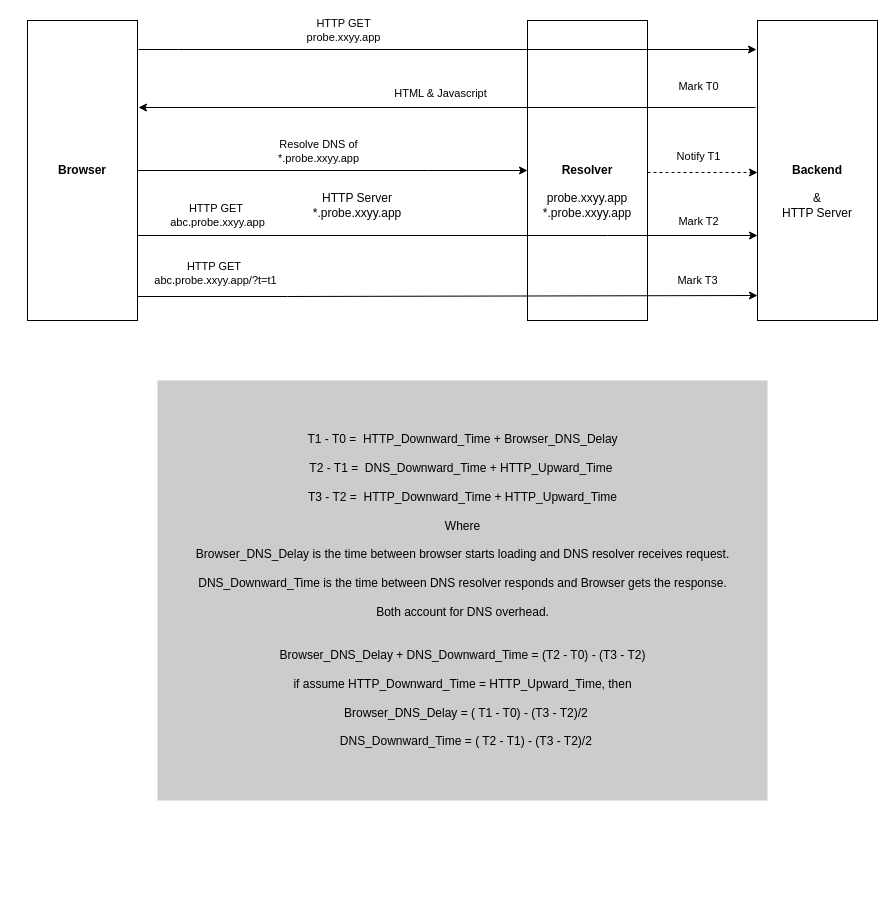
zaczh/dns_probe keeps this draw.io diagram as dns_probe.drawio. Above is the earlier version. Source tidied: cells renumbered, new cells numbered last; positions are measured from the earlier drawing's top-left corner, leaving out a move shared by most shapes. Both pictures are drawn from the tidied source at 100%, with x=0, y=0 at pixel (27, 20).
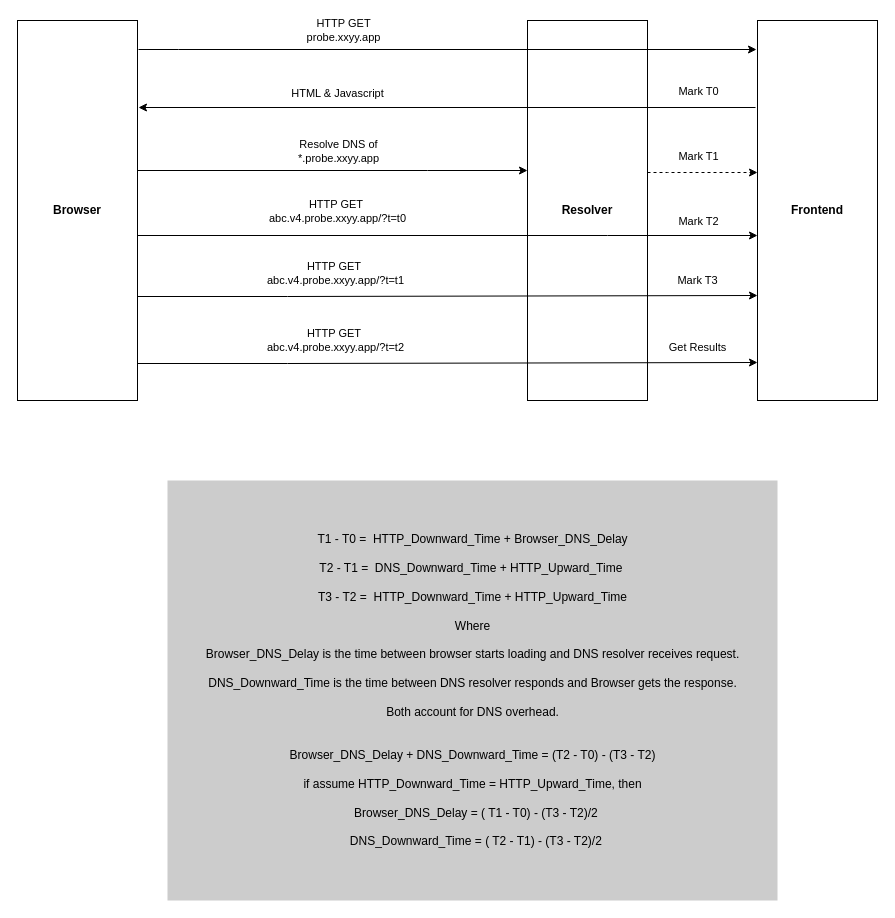
The same diagram, later.

Commit message:
correct the error of the scheme picture

The change refers to these unchanged cells:
```xml
<mxCell id="3" style="edgeStyle=orthogonalEdgeStyle;rounded=0;orthogonalLoop=1;jettySize=auto;html=1;entryX=0;entryY=0.75;entryDx=0;entryDy=0;dashed=1;" parent="1" edge="1">
  <mxGeometry relative="1" as="geometry">
    <mxPoint x="620" y="152" as="sourcePoint" />
    <mxPoint x="730" y="152" as="targetPoint" />
    <Array as="points">
      <mxPoint x="640" y="152" />
      <mxPoint x="640" y="152" />
    </Array>
  </mxGeometry>
</mxCell>
<mxCell id="7" style="edgeStyle=orthogonalEdgeStyle;rounded=0;orthogonalLoop=1;jettySize=auto;html=1;" parent="1" edge="1">
  <mxGeometry relative="1" as="geometry">
    <mxPoint x="110" y="215" as="sourcePoint" />
    <mxPoint x="730" y="215" as="targetPoint" />
    <Array as="points">
      <mxPoint x="580" y="215" />
      <mxPoint x="580" y="215" />
    </Array>
  </mxGeometry>
</mxCell>
<mxCell id="14" style="edgeStyle=orthogonalEdgeStyle;rounded=0;orthogonalLoop=1;jettySize=auto;html=1;" parent="1" edge="1">
  <mxGeometry relative="1" as="geometry">
    <mxPoint x="110" y="150" as="sourcePoint" />
    <mxPoint x="500" y="150" as="targetPoint" />
    <Array as="points">
      <mxPoint x="400" y="150" />
      <mxPoint x="400" y="150" />
    </Array>
  </mxGeometry>
</mxCell>
<mxCell id="21" style="edgeStyle=orthogonalEdgeStyle;rounded=0;orthogonalLoop=1;jettySize=auto;html=1;" parent="1" edge="1">
  <mxGeometry relative="1" as="geometry">
    <mxPoint x="728" y="87" as="sourcePoint" />
    <mxPoint x="111" y="87" as="targetPoint" />
    <Array as="points">
      <mxPoint x="110" y="87" />
    </Array>
  </mxGeometry>
</mxCell>
```

Change to the diagram source:
```diff
@@
     <mxCell id="2" value="&lt;h4&gt;Browser&lt;/h4&gt;" style="rounded=0;whiteSpace=wrap;html=1;" parent="1" vertex="1">
-      <mxGeometry width="110" height="300" as="geometry" />
+      <mxGeometry x="-10" width="120" height="380" as="geometry" />
     </mxCell>
@@
-    <mxCell id="4" value="Notify T1" style="edgeLabel;html=1;align=center;verticalAlign=middle;" parent="3" vertex="1">
+    <mxCell id="4" value="Mark T1" style="edgeLabel;html=1;align=center;verticalAlign=middle;" parent="3" vertex="1">
       <mxGeometry x="-0.09" y="1" relative="1" as="geometry">
         <mxPoint y="-16" as="offset" />
       </mxGeometry>
     </mxCell>
     <mxCell id="5" value="&lt;h4&gt;Resolver&lt;/h4&gt;" style="rounded=0;whiteSpace=wrap;html=1;" parent="1" vertex="1">
-      <mxGeometry x="500" width="120" height="300" as="geometry" />
+      <mxGeometry x="500" width="120" height="380" as="geometry" />
     </mxCell>
-    <mxCell id="6" value="&lt;h4&gt;Backend&lt;/h4&gt;" style="rounded=0;whiteSpace=wrap;html=1;" parent="1" vertex="1">
-      <mxGeometry x="730" width="120" height="300" as="geometry" />
+    <mxCell id="6" value="&lt;h4&gt;Frontend&lt;/h4&gt;" style="rounded=0;whiteSpace=wrap;html=1;" parent="1" vertex="1">
+      <mxGeometry x="730" width="120" height="380" as="geometry" />
     </mxCell>
@@
-    <mxCell id="8" value="HTTP GET&amp;nbsp;&lt;br&gt;abc.probe.xxyy.app" style="edgeLabel;html=1;align=center;verticalAlign=middle;" parent="7" vertex="1">
+    <mxCell id="8" value="HTTP GET&amp;nbsp;&lt;br&gt;abc.v4.probe.xxyy.app/?t=t0" style="edgeLabel;html=1;align=center;verticalAlign=middle;" parent="7" vertex="1">
       <mxGeometry x="-0.61" y="1" relative="1" as="geometry">
-        <mxPoint x="-42" y="-20" as="offset" />
+        <mxPoint x="78" y="-24" as="offset" />
       </mxGeometry>
     </mxCell>
@@
-    <mxCell id="10" value="probe.xxyy.app&lt;br style=&quot;border-color: var(--border-color);&quot;&gt;*.probe.xxyy.app" style="text;strokeColor=none;align=center;fillColor=none;html=1;verticalAlign=middle;whiteSpace=wrap;rounded=0;" parent="1" vertex="1">
-      <mxGeometry x="530" y="170" width="60" height="30" as="geometry" />
-    </mxCell>
     <mxCell id="11" value="T1 - T0 = &amp;nbsp;HTTP_Downward_Time +&amp;nbsp;Browser_DNS_Delay&lt;br&gt;&lt;br&gt;T2 - T1 = &amp;nbsp;DNS_Downward_Time +&amp;nbsp;HTTP_Upward_Time&amp;nbsp;&lt;br&gt;&amp;nbsp;&lt;br&gt;T3 - T2 = &amp;nbsp;HTTP_Downward_Time&amp;nbsp;+&amp;nbsp;HTTP_Upward_Time&lt;br&gt;&lt;br&gt;Where&lt;br&gt;&lt;br&gt;Browser_DNS_Delay is the time between browser starts loading and DNS resolver receives request.&lt;br&gt;&lt;br&gt;DNS_Downward_Time is the time between DNS resolver responds and Browser gets the response.&lt;br&gt;&lt;br&gt;Both account for DNS overhead.&lt;br&gt;&lt;br&gt;&lt;br&gt;Browser_DNS_Delay +&amp;nbsp;DNS_Downward_Time = (T2 - T0) - (T3 - T2)&lt;br&gt;&lt;br&gt;if assume&amp;nbsp;HTTP_Downward_Time =&amp;nbsp;HTTP_Upward_Time, then&lt;br&gt;&lt;br&gt;&amp;nbsp;&amp;nbsp;Browser_DNS_Delay = ( T1 - T0) - (T3 - T2)/2&lt;br&gt;&lt;br&gt;&amp;nbsp;&amp;nbsp;DNS_Downward_Time&amp;nbsp;= ( T2 - T1) - (T3 - T2)/2" style="text;strokeColor=none;align=center;fillColor=#CCCCCC;html=1;verticalAlign=middle;rounded=0;labelBackgroundColor=none;fillStyle=auto;" parent="1" vertex="1">
-      <mxGeometry x="130" y="360" width="610" height="420" as="geometry" />
+      <mxGeometry x="140" y="460" width="610" height="420" as="geometry" />
     </mxCell>
-    <mxCell id="12" value="&amp;amp;&lt;br&gt;HTTP Server" style="text;strokeColor=none;align=center;fillColor=none;html=1;verticalAlign=middle;whiteSpace=wrap;rounded=0;" parent="1" vertex="1">
-      <mxGeometry x="745" y="170" width="90" height="30" as="geometry" />
-    </mxCell>
-    <mxCell id="13" value="HTTP Server&lt;br style=&quot;border-color: var(--border-color);&quot;&gt;*.probe.xxyy.app" style="text;strokeColor=none;align=center;fillColor=none;html=1;verticalAlign=middle;whiteSpace=wrap;rounded=0;" parent="1" vertex="1">
-      <mxGeometry x="300" y="170" width="60" height="30" as="geometry" />
-    </mxCell>
@@
     <mxCell id="15" value="Resolve DNS of&lt;br&gt;*.probe.xxyy.app" style="edgeLabel;html=1;align=center;verticalAlign=middle;" parent="14" vertex="1">
       <mxGeometry x="-0.5" y="2" relative="1" as="geometry">
-        <mxPoint x="82" y="-18" as="offset" />
+        <mxPoint x="102" y="-18" as="offset" />
       </mxGeometry>
     </mxCell>
@@
-    <mxCell id="17" value="HTTP GET&amp;nbsp;&lt;br&gt;abc.probe.xxyy.app/?t=t1" style="edgeLabel;html=1;align=center;verticalAlign=middle;" parent="1" vertex="1">
-      <mxGeometry x="190" y="213" as="geometry">
+    <mxCell id="17" value="HTTP GET&amp;nbsp;&lt;br&gt;abc.v4.probe.xxyy.app/?t=t1" style="edgeLabel;html=1;align=center;verticalAlign=middle;" parent="1" vertex="1">
+      <mxGeometry x="310" y="213" as="geometry">
         <mxPoint x="-3" y="39" as="offset" />
       </mxGeometry>
     </mxCell>
@@
     <mxCell id="22" value="HTML &amp;amp; Javascript" style="edgeLabel;html=1;align=center;verticalAlign=middle;" parent="21" vertex="1">
       <mxGeometry x="-0.13" y="-1" relative="1" as="geometry">
-        <mxPoint x="-48" y="-14" as="offset" />
+        <mxPoint x="-151" y="-14" as="offset" />
       </mxGeometry>
     </mxCell>
+    <mxCell id="24" style="edgeStyle=orthogonalEdgeStyle;rounded=0;orthogonalLoop=1;jettySize=auto;html=1;" parent="1" edge="1">
+      <mxGeometry relative="1" as="geometry">
+        <mxPoint x="110" y="343" as="sourcePoint" />
+        <mxPoint x="730" y="342" as="targetPoint" />
+        <Array as="points">
+          <mxPoint x="260" y="343" />
+          <mxPoint x="260" y="343" />
+        </Array>
+      </mxGeometry>
+    </mxCell>
+    <mxCell id="25" value="HTTP GET&amp;nbsp;&lt;br&gt;abc.v4.probe.xxyy.app/?t=t2" style="edgeLabel;html=1;align=center;verticalAlign=middle;" parent="1" vertex="1">
+      <mxGeometry x="310" y="280" as="geometry">
+        <mxPoint x="-3" y="39" as="offset" />
+      </mxGeometry>
+    </mxCell>
+    <mxCell id="26" value="Get Results" style="edgeLabel;html=1;align=center;verticalAlign=middle;" parent="1" vertex="1">
+      <mxGeometry x="670" y="290" as="geometry">
+        <mxPoint x="-1" y="36" as="offset" />
+      </mxGeometry>
+    </mxCell>
     <mxCell id="23" value="Mark T0" style="edgeLabel;html=1;align=center;verticalAlign=middle;" parent="1" vertex="1">
-      <mxGeometry x="670" y="65" as="geometry" />
+      <mxGeometry x="670" y="70" as="geometry" />
     </mxCell>
```
